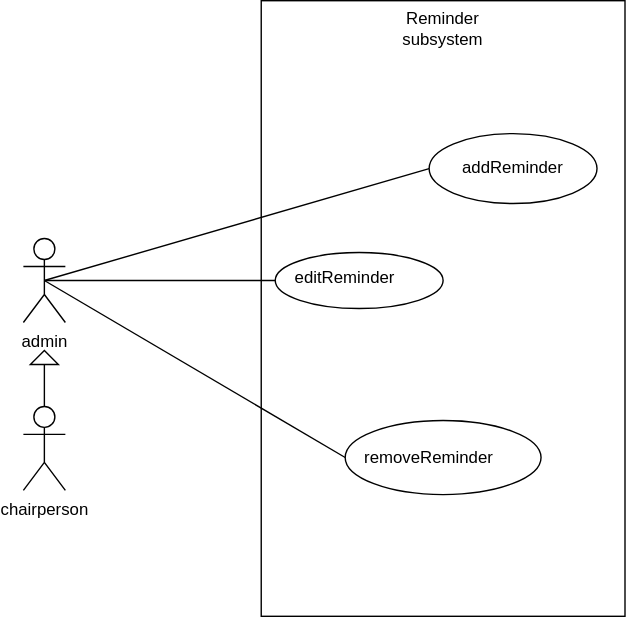
The draw.io diagram Reminder.svg in samuelpilusa365/myRepo, before a commit. Source tidied: cells renumbered, new cells last; positions are measured from the earlier drawing's top-left corner, leaving out a move shared by most shapes.
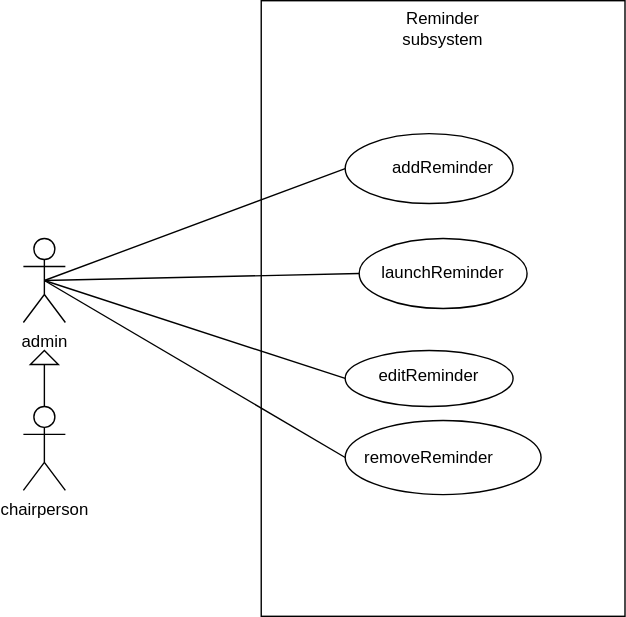
The same file after the commit.

What changed in the source:
```diff
@@ -9,16 +9,16 @@
       <mxGeometry x="280" y="10" width="40" height="20" as="geometry" />
     </mxCell>
     <mxCell id="4" style="ellipse;whiteSpace=wrap;html=1;" parent="1" vertex="1">
-      <mxGeometry x="290" y="95" width="120" height="50" as="geometry" />
+      <mxGeometry x="230" y="95" width="120" height="50" as="geometry" />
     </mxCell>
     <mxCell id="5" value="addReminder" style="text;html=1;strokeColor=none;fillColor=none;align=center;verticalAlign=middle;whiteSpace=wrap;rounded=0;" parent="1" vertex="1">
-      <mxGeometry x="330" y="110" width="40" height="20" as="geometry" />
+      <mxGeometry x="280" y="110" width="40" height="20" as="geometry" />
     </mxCell>
     <mxCell id="6" style="ellipse;whiteSpace=wrap;html=1;" parent="1" vertex="1">
-      <mxGeometry x="180" y="180" width="120" height="40" as="geometry" />
+      <mxGeometry x="230" y="250" width="120" height="40" as="geometry" />
     </mxCell>
     <mxCell id="7" value="editReminder" style="text;html=1;strokeColor=none;fillColor=none;align=center;verticalAlign=middle;whiteSpace=wrap;rounded=0;" parent="1" vertex="1">
-      <mxGeometry x="210" y="180" width="40" height="35" as="geometry" />
+      <mxGeometry x="270" y="250" width="40" height="35" as="geometry" />
     </mxCell>
     <mxCell id="8" style="ellipse;whiteSpace=wrap;html=1;" parent="1" vertex="1">
       <mxGeometry x="230" y="300" width="140" height="53" as="geometry" />
@@ -47,5 +47,14 @@
     <mxCell id="16" style="endArrow=none;html=1;exitX=0;exitY=0.5;exitDx=0;exitDy=0;entryX=0.5;entryY=0.5;entryDx=0;entryDy=0;entryPerimeter=0;" parent="1" edge="1" source="8" target="10">
       <mxGeometry relative="1" as="geometry" />
     </mxCell>
+    <mxCell id="17" style="ellipse;whiteSpace=wrap;html=1;" parent="1" vertex="1">
+      <mxGeometry x="240" y="170" width="120" height="50" as="geometry" />
+    </mxCell>
+    <mxCell id="18" value="launchReminder" style="text;html=1;strokeColor=none;fillColor=none;align=center;verticalAlign=middle;whiteSpace=wrap;rounded=0;" parent="1" vertex="1">
+      <mxGeometry x="280" y="185" width="40" height="20" as="geometry" />
+    </mxCell>
+    <mxCell id="19" style="endArrow=none;html=1;exitX=0;exitY=0.5;exitDx=0;exitDy=0;entryX=0.5;entryY=0.5;entryDx=0;entryDy=0;entryPerimeter=0;" parent="1" edge="1" source="17" target="10">
+      <mxGeometry relative="1" as="geometry" />
+    </mxCell>
   </root>
 </mxGraphModel>
```
